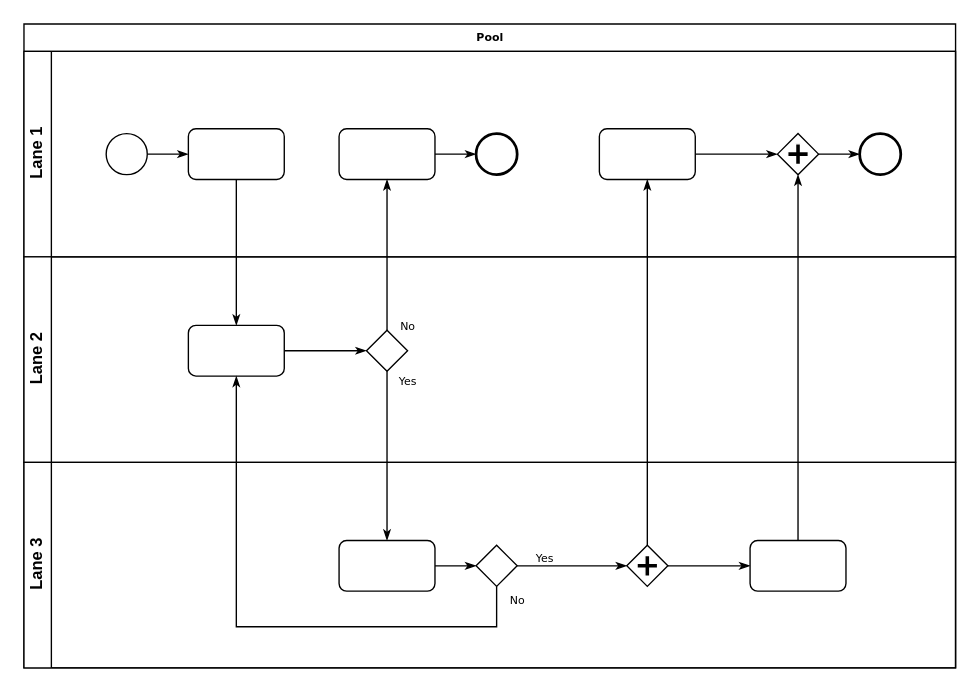
The draw.io diagram schema/ci/Untitled Diagram.drawio in visiativ/docker-dev-stack, before the edit. Source tidied: cells renumbered, new cells numbered last; positions are measured from the earlier drawing's top-left corner, leaving out a move shared by most shapes. Both pictures are drawn from the tidied source at 137%, with x=0, y=0 at pixel (23, 23). Pictures stored in the file or linked from it are replaced by grey dashed boxes.
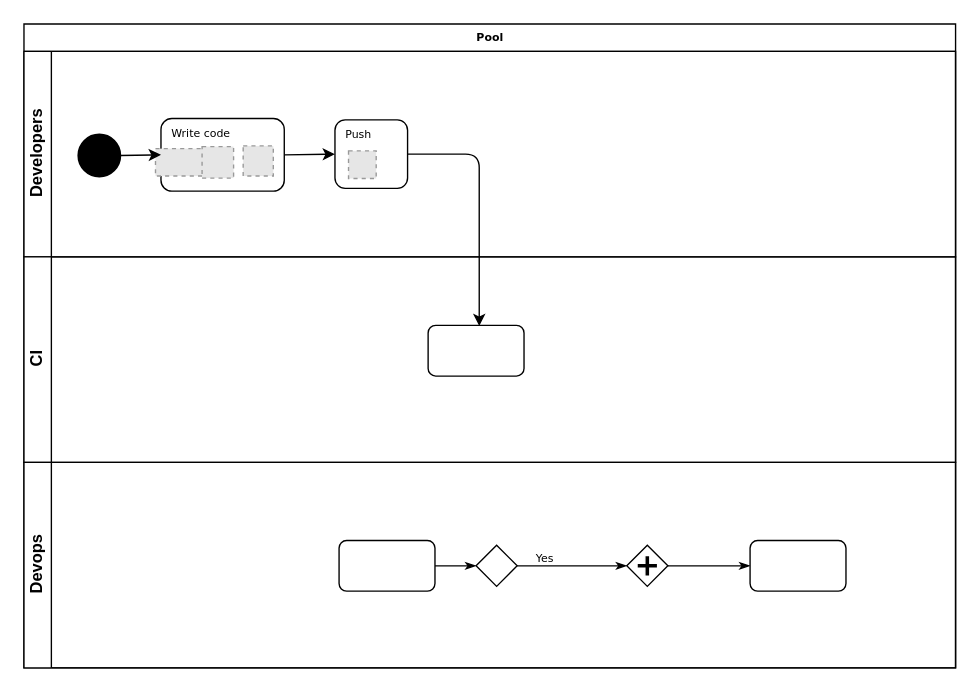
After the change.

Unchanged cells that the change refers to:
```xml
<mxCell id="2" value="Pool" style="swimlane;html=1;horizontal=1;startSize=20;rounded=0;shadow=0;labelBackgroundColor=none;strokeColor=#000000;strokeWidth=1;fillColor=#ffffff;fontFamily=Verdana;fontSize=8;fontColor=#000000;align=center;" parent="1" vertex="1">
  <mxGeometry width="680" height="470" as="geometry" />
</mxCell>
<mxCell id="21" style="rounded=1;whiteSpace=wrap;html=1;shadow=0;labelBackgroundColor=none;strokeColor=#000000;strokeWidth=1;fillColor=#ffffff;fontFamily=Verdana;fontSize=8;fontColor=#000000;align=center;" parent="19" vertex="1">
  <mxGeometry x="230" y="57" width="70" height="37" as="geometry" />
</mxCell>
<mxCell id="23" style="strokeWidth=1;html=1;shape=mxgraph.flowchart.decision;whiteSpace=wrap;rounded=1;shadow=0;labelBackgroundColor=none;fillColor=#ffffff;fontFamily=Verdana;fontSize=8;fontColor=#000000;align=center;" parent="19" vertex="1">
  <mxGeometry x="330" y="60.5" width="30" height="30" as="geometry" />
</mxCell>
<mxCell id="25" style="shape=mxgraph.bpmn.shape;html=1;verticalLabelPosition=bottom;labelBackgroundColor=#ffffff;verticalAlign=top;perimeter=rhombusPerimeter;background=gateway;outline=none;symbol=parallelGw;rounded=1;shadow=0;strokeColor=#000000;strokeWidth=1;fillColor=#ffffff;fontFamily=Verdana;fontSize=8;fontColor=#000000;align=center;" parent="19" vertex="1">
  <mxGeometry x="440" y="60.5" width="30" height="30" as="geometry" />
</mxCell>
<mxCell id="26" style="rounded=1;whiteSpace=wrap;html=1;shadow=0;labelBackgroundColor=none;strokeColor=#000000;strokeWidth=1;fillColor=#ffffff;fontFamily=Verdana;fontSize=8;fontColor=#000000;align=center;" parent="19" vertex="1">
  <mxGeometry x="530" y="57" width="70" height="37" as="geometry" />
</mxCell>
```

Diff of the diagram source:
```diff
@@
+    <mxCell id="33" value="Push" style="rounded=1;whiteSpace=wrap;html=1;shadow=0;labelBackgroundColor=none;strokeColor=#000000;strokeWidth=1;fillColor=#ffffff;fontFamily=Verdana;fontSize=8;fontColor=#000000;align=left;spacingLeft=6;verticalAlign=top;" parent="1" vertex="1">
+      <mxGeometry x="227" y="70" width="53" height="50" as="geometry" />
+    </mxCell>
@@
-    <mxCell id="3" value="Lane 1" style="swimlane;html=1;startSize=20;horizontal=0;" parent="2" vertex="1">
+    <mxCell id="3" value="Developers" style="swimlane;html=1;startSize=20;horizontal=0;" parent="2" vertex="1">
       <mxGeometry y="20" width="680" height="150" as="geometry" />
     </mxCell>
-    <mxCell id="4" style="edgeStyle=orthogonalEdgeStyle;rounded=0;html=1;labelBackgroundColor=none;startArrow=none;startFill=0;startSize=5;endArrow=classicThin;endFill=1;endSize=5;jettySize=auto;strokeColor=#000000;strokeWidth=1;fontFamily=Verdana;fontSize=8;fontColor=#000000;" parent="3" edge="1" source="5" target="6">
-      <mxGeometry relative="1" as="geometry" />
-    </mxCell>
-    <mxCell id="5" style="ellipse;whiteSpace=wrap;html=1;rounded=0;shadow=0;labelBackgroundColor=none;strokeColor=#000000;strokeWidth=1;fillColor=#ffffff;fontFamily=Verdana;fontSize=8;fontColor=#000000;align=center;" parent="3" vertex="1">
-      <mxGeometry x="60" y="60" width="30" height="30" as="geometry" />
-    </mxCell>
+    <mxCell id="34" style="ellipse;whiteSpace=wrap;html=1;rounded=0;shadow=0;labelBackgroundColor=none;strokeColor=#000000;strokeWidth=2;fillColor=#000000;fontFamily=Verdana;fontSize=8;fontColor=#000000;align=center;" parent="3" vertex="1">
+      <mxGeometry x="40" y="61" width="30" height="30" as="geometry" />
+    </mxCell>
+    <mxCell id="35" style="group;verticalAlign=top;" parent="3" vertex="1">
+      <mxGeometry x="100" y="49" width="90" height="53" as="geometry" />
+    </mxCell>
-    <mxCell id="6" style="rounded=1;whiteSpace=wrap;html=1;shadow=0;labelBackgroundColor=none;strokeColor=#000000;strokeWidth=1;fillColor=#ffffff;fontFamily=Verdana;fontSize=8;fontColor=#000000;align=center;" parent="3" vertex="1">
-      <mxGeometry x="120" y="56.5" width="70" height="37" as="geometry" />
+    <mxCell id="6" value="Write code" style="rounded=1;whiteSpace=wrap;html=1;shadow=0;labelBackgroundColor=none;strokeColor=#000000;strokeWidth=1;fillColor=#ffffff;fontFamily=Verdana;fontSize=8;fontColor=#000000;align=left;spacingLeft=6;verticalAlign=top;" parent="35" vertex="1">
+      <mxGeometry width="90" height="53" as="geometry" />
     </mxCell>
-    <mxCell id="7" style="edgeStyle=orthogonalEdgeStyle;rounded=0;html=1;labelBackgroundColor=none;startArrow=none;startFill=0;startSize=5;endArrow=classicThin;endFill=1;endSize=5;jettySize=auto;strokeColor=#000000;strokeWidth=1;fontFamily=Verdana;fontSize=8;fontColor=#000000;" parent="3" edge="1" source="8" target="9">
-      <mxGeometry relative="1" as="geometry" />
-    </mxCell>
-    <mxCell id="8" style="rounded=1;whiteSpace=wrap;html=1;shadow=0;labelBackgroundColor=none;strokeColor=#000000;strokeWidth=1;fillColor=#ffffff;fontFamily=Verdana;fontSize=8;fontColor=#000000;align=center;" parent="3" vertex="1">
-      <mxGeometry x="230" y="56.5" width="70" height="37" as="geometry" />
-    </mxCell>
-    <mxCell id="9" style="ellipse;whiteSpace=wrap;html=1;rounded=0;shadow=0;labelBackgroundColor=none;strokeColor=#000000;strokeWidth=2;fillColor=#ffffff;fontFamily=Verdana;fontSize=8;fontColor=#000000;align=center;" parent="3" vertex="1">
-      <mxGeometry x="330" y="60" width="30" height="30" as="geometry" />
-    </mxCell>
-    <mxCell id="10" style="edgeStyle=orthogonalEdgeStyle;rounded=0;html=1;entryX=0;entryY=0.5;labelBackgroundColor=none;startArrow=none;startFill=0;startSize=5;endArrow=classicThin;endFill=1;endSize=5;jettySize=auto;strokeColor=#000000;strokeWidth=1;fontFamily=Verdana;fontSize=8;fontColor=#000000;" parent="3" edge="1" source="11" target="13">
-      <mxGeometry relative="1" as="geometry" />
-    </mxCell>
-    <mxCell id="11" style="rounded=1;whiteSpace=wrap;html=1;shadow=0;labelBackgroundColor=none;strokeColor=#000000;strokeWidth=1;fillColor=#ffffff;fontFamily=Verdana;fontSize=8;fontColor=#000000;align=center;" parent="3" vertex="1">
-      <mxGeometry x="420" y="56.5" width="70" height="37" as="geometry" />
-    </mxCell>
-    <mxCell id="12" style="edgeStyle=orthogonalEdgeStyle;rounded=0;html=1;labelBackgroundColor=none;startArrow=none;startFill=0;startSize=5;endArrow=classicThin;endFill=1;endSize=5;jettySize=auto;strokeColor=#000000;strokeWidth=1;fontFamily=Verdana;fontSize=8;fontColor=#000000;" parent="3" edge="1" source="13" target="14">
-      <mxGeometry relative="1" as="geometry" />
-    </mxCell>
-    <mxCell id="13" style="shape=mxgraph.bpmn.shape;html=1;verticalLabelPosition=bottom;labelBackgroundColor=#ffffff;verticalAlign=top;perimeter=rhombusPerimeter;background=gateway;outline=none;symbol=parallelGw;rounded=1;shadow=0;strokeColor=#000000;strokeWidth=1;fillColor=#ffffff;fontFamily=Verdana;fontSize=8;fontColor=#000000;align=center;" parent="3" vertex="1">
-      <mxGeometry x="550" y="60" width="30" height="30" as="geometry" />
-    </mxCell>
-    <mxCell id="14" style="ellipse;whiteSpace=wrap;html=1;rounded=0;shadow=0;labelBackgroundColor=none;strokeColor=#000000;strokeWidth=2;fillColor=#ffffff;fontFamily=Verdana;fontSize=8;fontColor=#000000;align=center;" parent="3" vertex="1">
-      <mxGeometry x="610" y="60" width="30" height="30" as="geometry" />
-    </mxCell>
+    <mxCell id="36" style="fillColor=#E6E6E6;strokeColor=#999999;dashed=1;verticalLabelPosition=bottom;labelBackgroundColor=#ffffff;verticalAlign=top;" parent="35" vertex="1">
+      <mxGeometry x="-4" y="22" width="40" height="20" as="geometry" />
+    </mxCell>
+    <mxCell id="37" style="group;" parent="3" vertex="1">
+      <mxGeometry x="227.5" y="66.5" width="75" height="27" as="geometry" />
+    </mxCell>
+    <mxCell id="38" style="fillColor=#E6E6E6;strokeColor=#999999;dashed=1;verticalLabelPosition=bottom;labelBackgroundColor=#ffffff;verticalAlign=top;" parent="37" vertex="1">
+      <mxGeometry x="9.4" y="6.1" width="20.2" height="20.2" as="geometry" />
+    </mxCell>
+    <mxCell id="39" style="endArrow=classic;html=1;exitX=1;exitY=0.5;exitDx=0;exitDy=0;entryX=0;entryY=0.5;entryDx=0;entryDy=0;" parent="3" edge="1" source="34" target="6">
+      <mxGeometry relative="1" as="geometry" />
+    </mxCell>
-    <mxCell id="15" value="Lane 2" style="swimlane;html=1;startSize=20;horizontal=0;" parent="2" vertex="1">
+    <mxCell id="15" value="CI" style="swimlane;html=1;startSize=20;horizontal=0;" parent="2" vertex="1">
       <mxGeometry y="170" width="680" height="150" as="geometry" />
     </mxCell>
-    <mxCell id="16" style="edgeStyle=orthogonalEdgeStyle;rounded=0;html=1;labelBackgroundColor=none;startArrow=none;startFill=0;startSize=5;endArrow=classicThin;endFill=1;endSize=5;jettySize=auto;strokeColor=#000000;strokeWidth=1;fontFamily=Verdana;fontSize=8;fontColor=#000000;" parent="15" edge="1" source="17" target="18">
-      <mxGeometry relative="1" as="geometry" />
-    </mxCell>
     <mxCell id="17" style="rounded=1;whiteSpace=wrap;html=1;shadow=0;labelBackgroundColor=none;strokeColor=#000000;strokeWidth=1;fillColor=#ffffff;fontFamily=Verdana;fontSize=8;fontColor=#000000;align=center;" parent="15" vertex="1">
-      <mxGeometry x="120" y="50" width="70" height="37" as="geometry" />
+      <mxGeometry x="295" y="50" width="70" height="37" as="geometry" />
     </mxCell>
-    <mxCell id="18" style="strokeWidth=1;html=1;shape=mxgraph.flowchart.decision;whiteSpace=wrap;rounded=1;shadow=0;labelBackgroundColor=none;fillColor=#ffffff;fontFamily=Verdana;fontSize=8;fontColor=#000000;align=center;" parent="15" vertex="1">
-      <mxGeometry x="250" y="53.5" width="30" height="30" as="geometry" />
-    </mxCell>
-    <mxCell id="19" value="Lane 3" style="swimlane;html=1;startSize=20;horizontal=0;" parent="2" vertex="1">
+    <mxCell id="19" value="Devops" style="swimlane;html=1;startSize=20;horizontal=0;" parent="2" vertex="1">
       <mxGeometry y="320" width="680" height="150" as="geometry" />
     </mxCell>
@@
-    <mxCell id="27" style="edgeStyle=orthogonalEdgeStyle;rounded=0;html=1;labelBackgroundColor=none;startArrow=none;startFill=0;startSize=5;endArrow=classicThin;endFill=1;endSize=5;jettySize=auto;strokeColor=#000000;strokeWidth=1;fontFamily=Verdana;fontSize=8;fontColor=#000000;" parent="2" edge="1" source="6" target="17">
-      <mxGeometry relative="1" as="geometry" />
-    </mxCell>
-    <mxCell id="28" value="No" style="edgeStyle=orthogonalEdgeStyle;rounded=0;html=1;labelBackgroundColor=none;startArrow=none;startFill=0;startSize=5;endArrow=classicThin;endFill=1;endSize=5;jettySize=auto;strokeColor=#000000;strokeWidth=1;fontFamily=Verdana;fontSize=8;fontColor=#000000;" parent="2" edge="1" source="18" target="8">
-      <mxGeometry x="-0.94" y="-15" relative="1" as="geometry" />
-    </mxCell>
-    <mxCell id="29" value="Yes" style="edgeStyle=orthogonalEdgeStyle;rounded=0;html=1;labelBackgroundColor=none;startArrow=none;startFill=0;startSize=5;endArrow=classicThin;endFill=1;endSize=5;jettySize=auto;strokeColor=#000000;strokeWidth=1;fontFamily=Verdana;fontSize=8;fontColor=#000000;" parent="2" edge="1" source="18" target="21">
-      <mxGeometry x="-0.89" y="15" relative="1" as="geometry" />
-    </mxCell>
-    <mxCell id="30" style="edgeStyle=orthogonalEdgeStyle;rounded=0;html=1;entryX=0.5;entryY=1;labelBackgroundColor=none;startArrow=none;startFill=0;startSize=5;endArrow=classicThin;endFill=1;endSize=5;jettySize=auto;strokeColor=#000000;strokeWidth=1;fontFamily=Verdana;fontSize=8;fontColor=#000000;" parent="2" edge="1" source="26" target="13">
-      <mxGeometry relative="1" as="geometry" />
-    </mxCell>
-    <mxCell id="31" value="No" style="edgeStyle=orthogonalEdgeStyle;rounded=0;html=1;labelBackgroundColor=none;startArrow=none;startFill=0;startSize=5;endArrow=classicThin;endFill=1;endSize=5;jettySize=auto;strokeColor=#000000;strokeWidth=1;fontFamily=Verdana;fontSize=8;fontColor=#000000;" parent="2" edge="1" source="23" target="17">
-      <mxGeometry x="-0.95" y="15" relative="1" as="geometry">
-        <Array as="points">
-          <mxPoint x="345" y="440" />
-          <mxPoint x="155" y="440" />
-        </Array>
-      </mxGeometry>
-    </mxCell>
-    <mxCell id="32" style="edgeStyle=orthogonalEdgeStyle;rounded=0;html=1;labelBackgroundColor=none;startArrow=none;startFill=0;startSize=5;endArrow=classicThin;endFill=1;endSize=5;jettySize=auto;strokeColor=#000000;strokeWidth=1;fontFamily=Verdana;fontSize=8;fontColor=#000000;" parent="2" edge="1" source="25" target="11">
-      <mxGeometry relative="1" as="geometry" />
-    </mxCell>
+    <mxCell id="40" style="fillColor=#E6E6E6;strokeColor=#999999;dashed=1;verticalLabelPosition=bottom;labelBackgroundColor=#ffffff;verticalAlign=top;" parent="1" vertex="1">
+      <mxGeometry x="130" y="89.5" width="23" height="23" as="geometry" />
+    </mxCell>
+    <mxCell id="41" style="fillColor=#E6E6E6;strokeColor=#999999;dashed=1;verticalLabelPosition=bottom;labelBackgroundColor=#ffffff;verticalAlign=top;" parent="1" vertex="1">
+      <mxGeometry x="160" y="89" width="22" height="22" as="geometry" />
+    </mxCell>
+    <mxCell id="42" style="endArrow=classic;html=1;exitX=1;exitY=0.5;exitDx=0;exitDy=0;entryX=0;entryY=0.5;entryDx=0;entryDy=0;" parent="1" edge="1" source="6" target="33">
+      <mxGeometry relative="1" as="geometry" />
+    </mxCell>
+    <mxCell id="43" style="endArrow=classic;html=1;entryX=0.533;entryY=0.014;entryDx=0;entryDy=0;exitX=1;exitY=0.5;exitDx=0;exitDy=0;entryPerimeter=0;edgeStyle=orthogonalEdgeStyle;" parent="1" edge="1" source="33" target="17">
+      <mxGeometry relative="1" as="geometry" />
+    </mxCell>
```
